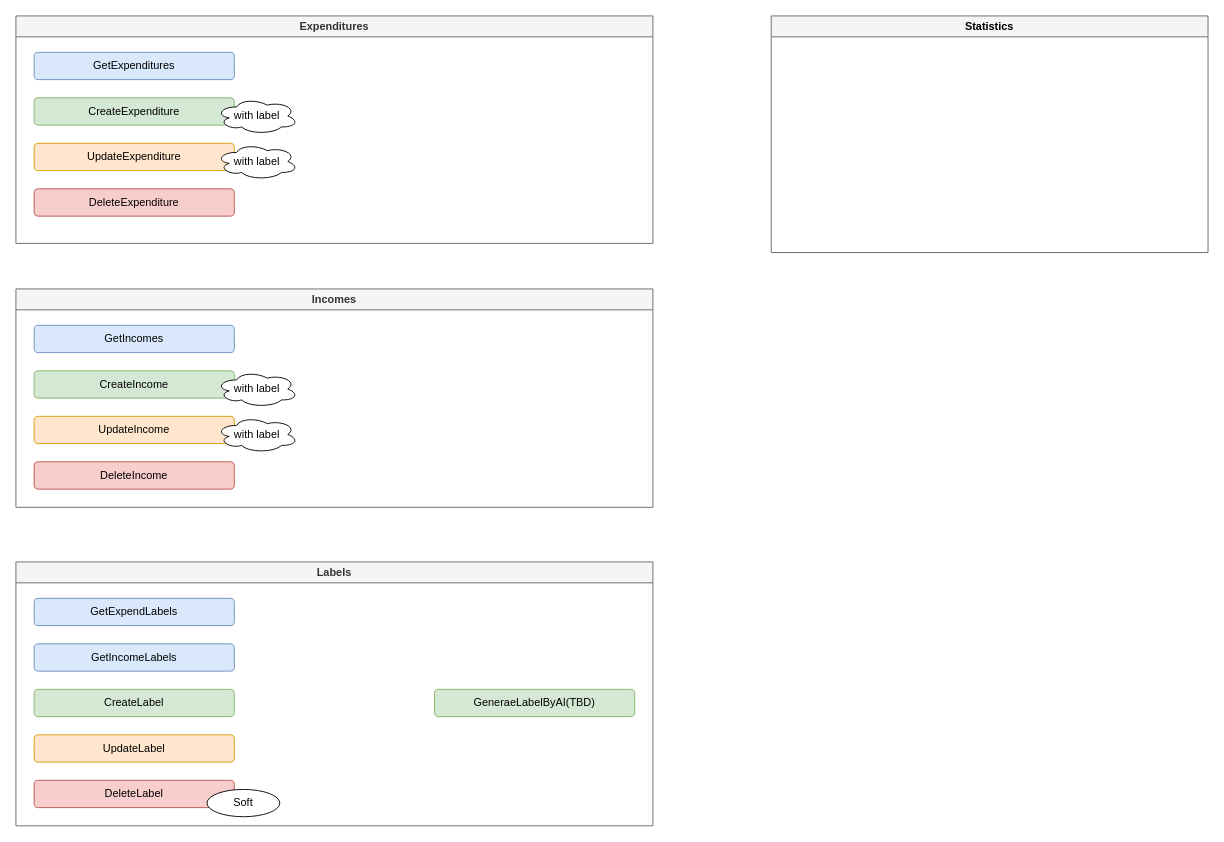
Earlier version of the draw.io diagram page "Endpoints" (5 of 5) of MyBookKeeper.drawio (TanaChu0409/book-keeper). Source tidied: cells renumbered, new cells numbered last; positions are measured from the earlier drawing's top-left corner, leaving out a move shared by most shapes. Both pictures are drawn from the tidied source at 91%, with x=0, y=0 at pixel (15, 15).
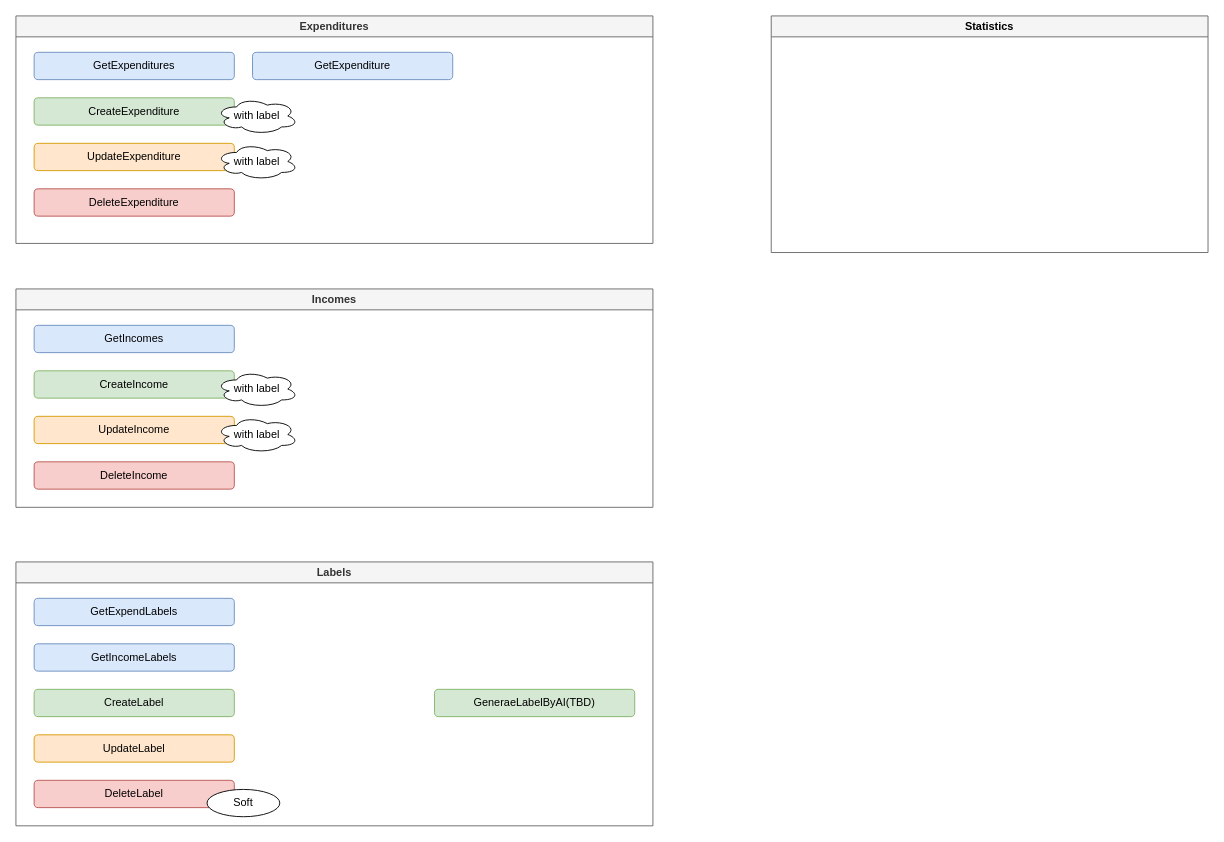
The same page after the edit.

The change refers to these unchanged cells:
```xml
<mxCell id="2" value="&lt;span style=&quot;text-wrap-mode: nowrap;&quot;&gt;Expenditures&lt;/span&gt;" style="swimlane;whiteSpace=wrap;html=1;fillColor=#f5f5f5;strokeColor=#666666;fontColor=#333333;glass=0;" parent="1" vertex="1">
  <mxGeometry width="700" height="250" as="geometry" />
</mxCell>
```

Change to the diagram source:
```diff
@@
+    <mxCell id="25" value="GetExpenditure" style="rounded=1;whiteSpace=wrap;html=1;fillColor=#dae8fc;strokeColor=#6c8ebf;glass=0;" parent="2" vertex="1">
+      <mxGeometry x="260" y="40" width="220" height="30" as="geometry" />
+    </mxCell>
```
